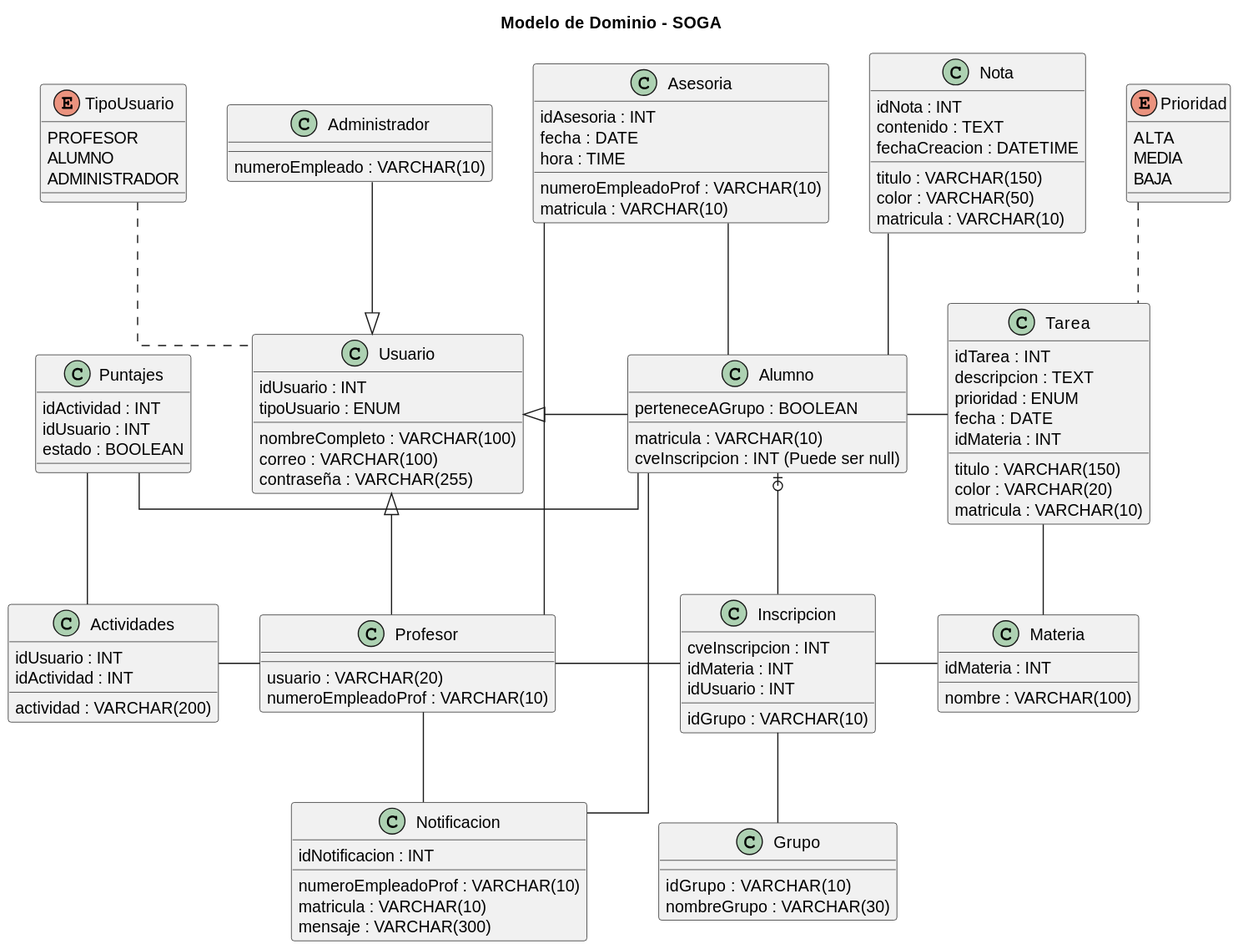
Emma230807/soga keeps this PlantUML diagram as out/lib/modelo/modelo.svg. Above is the earlier version.
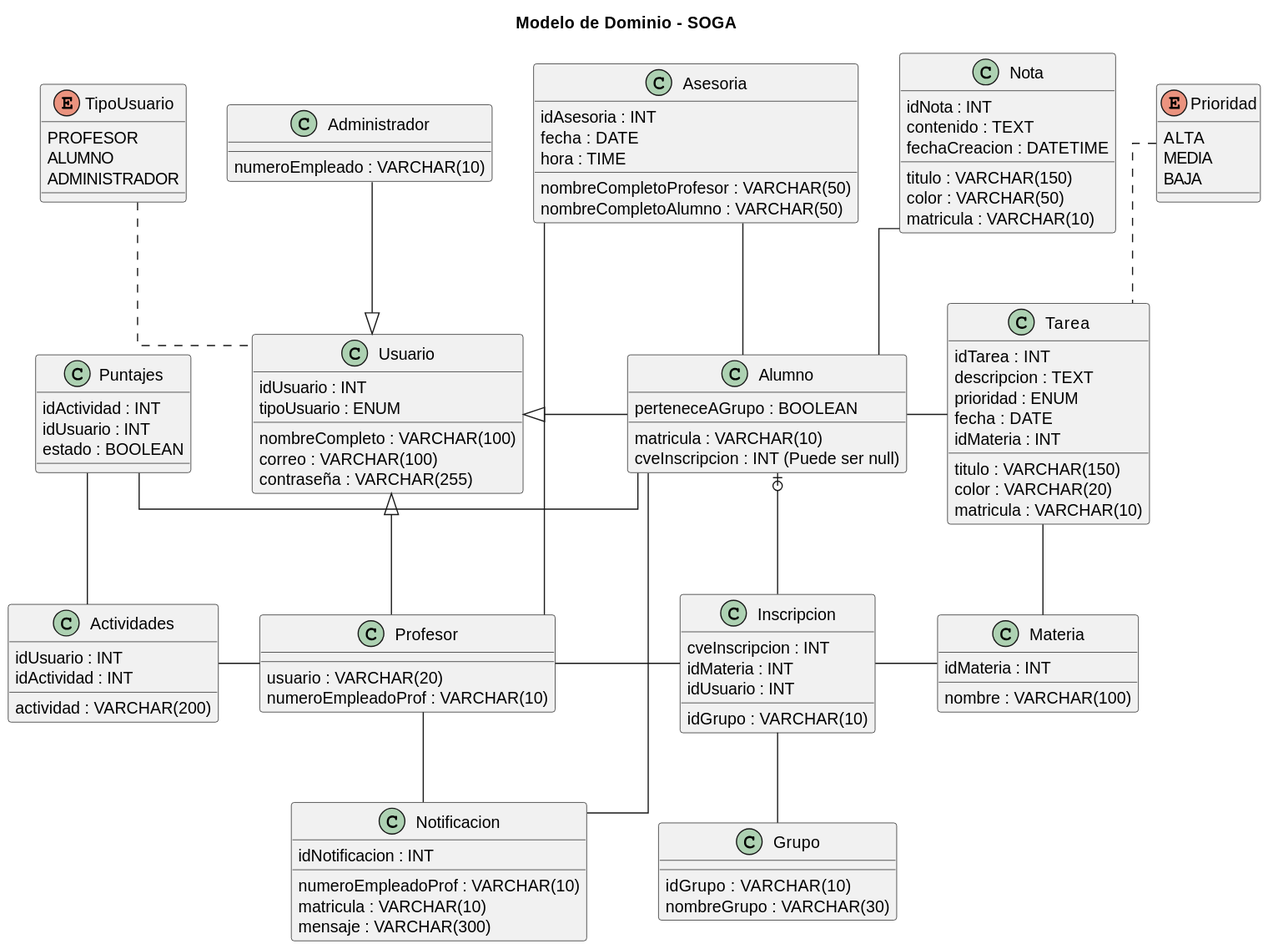
After the commit.

The edit, as a diff of the source:
```diff
@@ -70,8 +70,8 @@
   idAsesoria : INT
   fecha : DATE
   hora : TIME
-  numeroEmpleadoProf : VARCHAR(10)
-  matricula : VARCHAR(10)
+  nombreCompletoProfesor : VARCHAR(50)
+  nombreCompletoAlumno : VARCHAR(50)
 }
 
 
```
